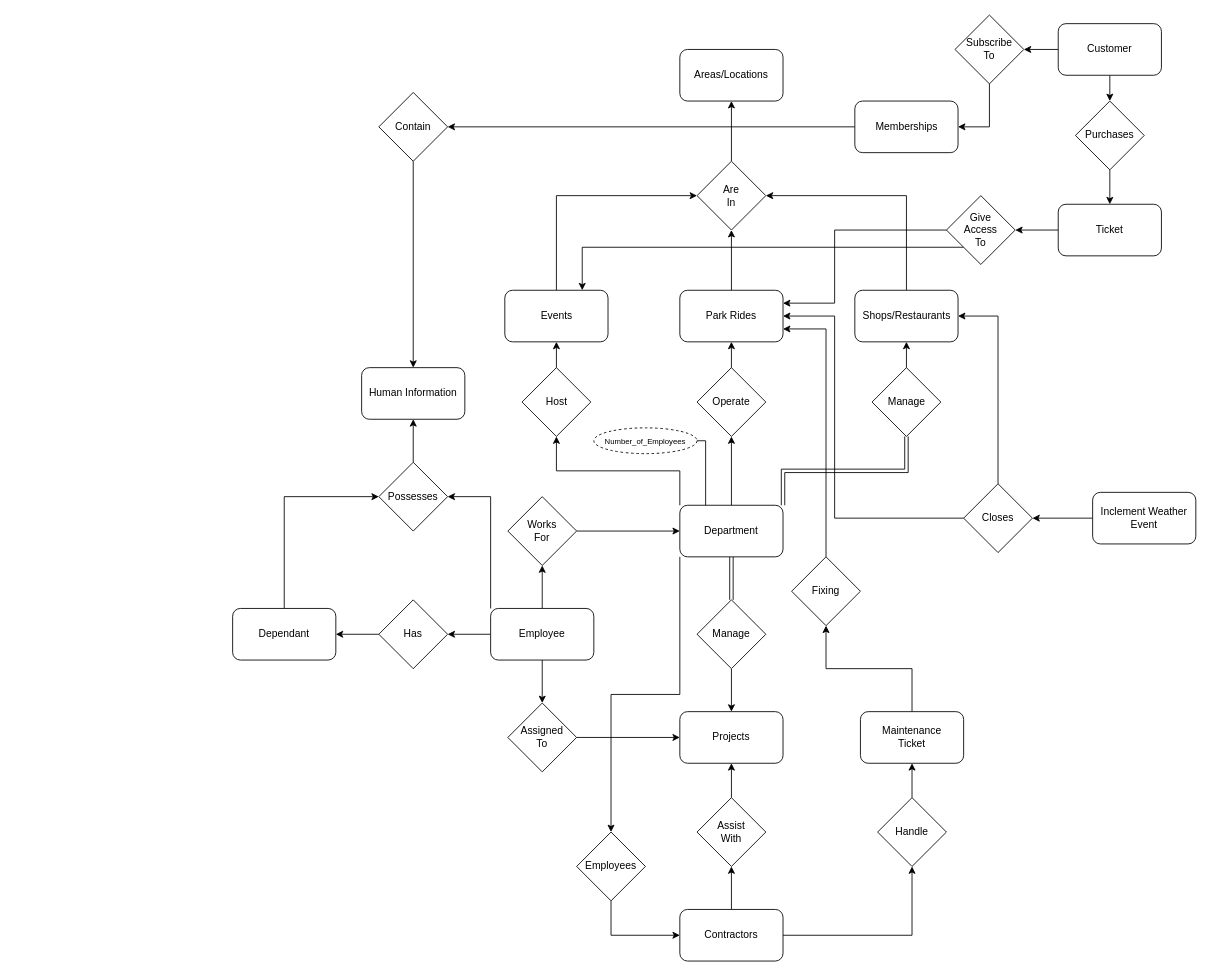
naumiaparanji/themeparkmanagement keeps this draw.io diagram as mini_world_ER_1.drawio. Above is the earlier version. Source tidied: cells renumbered, new cells numbered last; positions are measured from the earlier drawing's top-left corner, leaving out a move shared by most shapes. Both pictures are drawn from the tidied source at 86%, with x=0, y=0 at pixel (232, 15).
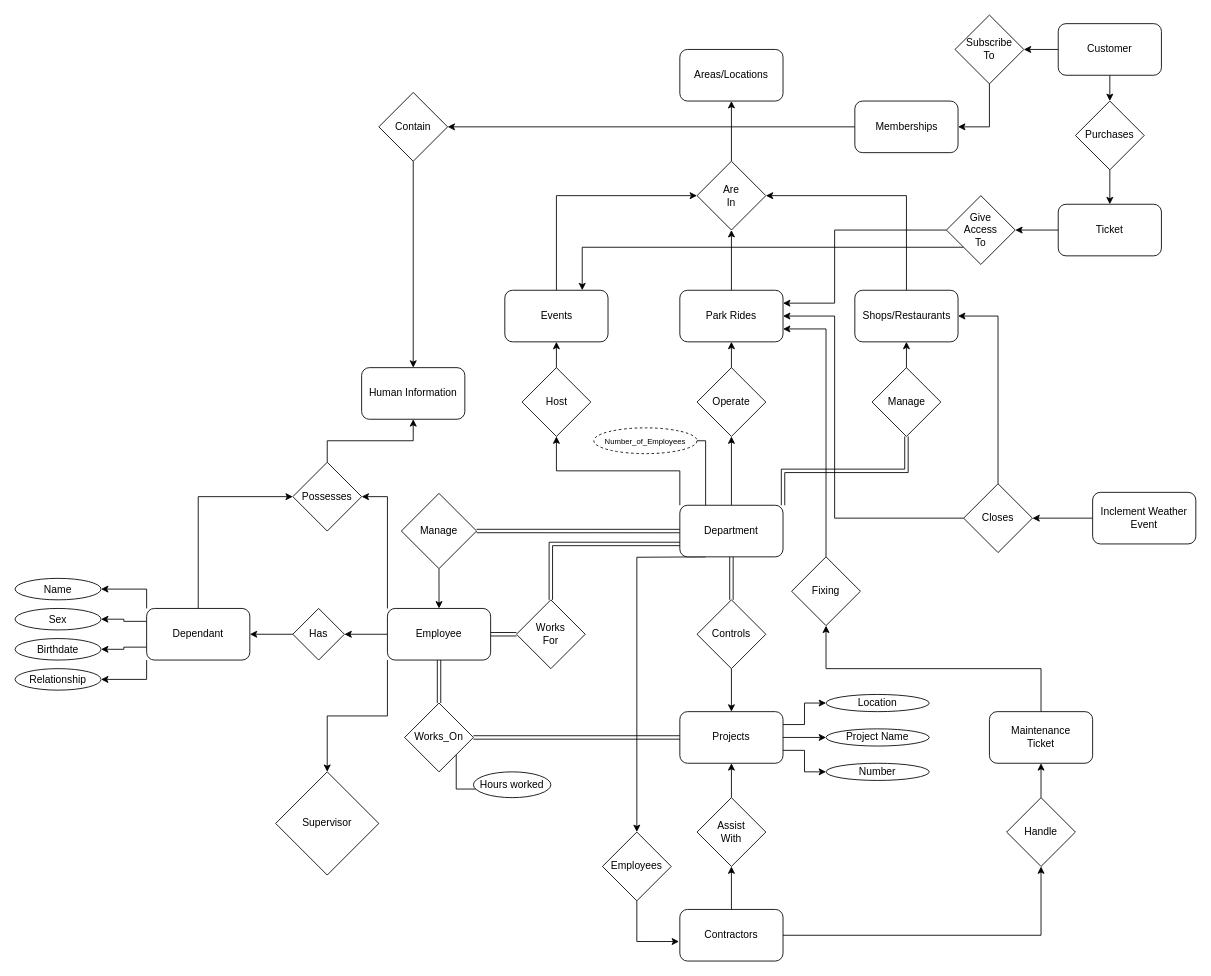
The same page after the edit.

The change refers to these unchanged cells:
```xml
<mxCell id="19" value="Department" style="rounded=1;whiteSpace=wrap;html=1;" parent="1" vertex="1">
  <mxGeometry x="520" y="570" width="120" height="60" as="geometry" />
</mxCell>
<mxCell id="27" value="Contractors" style="rounded=1;whiteSpace=wrap;html=1;" parent="1" vertex="1">
  <mxGeometry x="520" y="1040" width="120" height="60" as="geometry" />
</mxCell>
<mxCell id="28" value="Projects" style="rounded=1;whiteSpace=wrap;html=1;" parent="1" vertex="1">
  <mxGeometry x="520" y="810" width="120" height="60" as="geometry" />
</mxCell>
```

What changed in the source:
```diff
@@
-    <mxCell id="9" style="edgeStyle=orthogonalEdgeStyle;rounded=0;jettySize=auto;html=1;exitX=0.5;exitY=1;exitDx=0;exitDy=0;entryX=0.5;entryY=0;entryDx=0;entryDy=0;" parent="1" edge="1" source="13" target="37">
+    <mxCell id="9" style="edgeStyle=orthogonalEdgeStyle;rounded=0;jettySize=auto;html=1;exitX=0.5;exitY=1;exitDx=0;exitDy=0;entryX=0.5;entryY=0;entryDx=0;entryDy=0;shape=link;" parent="1" edge="1" source="13" target="37">
       <mxGeometry relative="1" as="geometry" />
     </mxCell>
-    <mxCell id="10" style="edgeStyle=orthogonalEdgeStyle;rounded=0;jettySize=auto;html=1;exitX=0.5;exitY=0;exitDx=0;exitDy=0;entryX=0.5;entryY=1;entryDx=0;entryDy=0;" parent="1" edge="1" source="13" target="39">
-      <mxGeometry relative="1" as="geometry" />
-    </mxCell>
@@
+    <mxCell id="78" style="edgeStyle=orthogonalEdgeStyle;rounded=0;jettySize=auto;html=1;exitX=0;exitY=1;exitDx=0;exitDy=0;entryX=0.5;entryY=0;entryDx=0;entryDy=0;" parent="1" edge="1" source="13" target="91">
+      <mxGeometry relative="1" as="geometry" />
+    </mxCell>
+    <mxCell id="10" style="edgeStyle=orthogonalEdgeStyle;rounded=0;jettySize=auto;html=1;exitX=1;exitY=0.5;exitDx=0;exitDy=0;entryX=0;entryY=0.5;entryDx=0;entryDy=0;shape=link;" parent="1" edge="1" source="13" target="39">
+      <mxGeometry relative="1" as="geometry" />
+    </mxCell>
     <mxCell id="13" value="Employee" style="rounded=1;whiteSpace=wrap;html=1;" parent="1" vertex="1">
-      <mxGeometry x="300" y="690" width="120" height="60" as="geometry" />
+      <mxGeometry x="180" y="690" width="120" height="60" as="geometry" />
     </mxCell>
@@
-    <mxCell id="18" style="edgeStyle=orthogonalEdgeStyle;rounded=0;jettySize=auto;html=1;exitX=0;exitY=1;exitDx=0;exitDy=0;entryX=0.5;entryY=0;entryDx=0;entryDy=0;" parent="1" edge="1" source="19" target="72">
-      <mxGeometry relative="1" as="geometry" />
+    <mxCell id="18" style="edgeStyle=orthogonalEdgeStyle;rounded=0;jettySize=auto;html=1;exitX=0;exitY=1;exitDx=0;exitDy=0;entryX=0.5;entryY=0;entryDx=0;entryDy=0;" parent="1" edge="1" target="72">
+      <mxGeometry relative="1" as="geometry">
+        <mxPoint x="550" y="630" as="sourcePoint" />
+      </mxGeometry>
     </mxCell>
+    <mxCell id="79" style="edgeStyle=orthogonalEdgeStyle;rounded=0;jettySize=auto;html=1;exitX=0;exitY=0.5;exitDx=0;exitDy=0;entryX=1;entryY=0.5;entryDx=0;entryDy=0;shape=link;" parent="1" edge="1" source="19" target="97">
+      <mxGeometry relative="1" as="geometry" />
+    </mxCell>
@@
+    <mxCell id="80" style="edgeStyle=orthogonalEdgeStyle;rounded=0;jettySize=auto;html=1;exitX=0;exitY=0;exitDx=0;exitDy=0;entryX=1;entryY=0.5;entryDx=0;entryDy=0;" parent="1" edge="1" source="22" target="92">
+      <mxGeometry relative="1" as="geometry" />
+    </mxCell>
+    <mxCell id="81" style="edgeStyle=orthogonalEdgeStyle;rounded=0;jettySize=auto;html=1;exitX=0;exitY=0.25;exitDx=0;exitDy=0;entryX=1;entryY=0.5;entryDx=0;entryDy=0;" parent="1" edge="1" source="22" target="93">
+      <mxGeometry relative="1" as="geometry" />
+    </mxCell>
+    <mxCell id="82" style="edgeStyle=orthogonalEdgeStyle;rounded=0;jettySize=auto;html=1;exitX=0;exitY=0.75;exitDx=0;exitDy=0;entryX=1;entryY=0.5;entryDx=0;entryDy=0;" parent="1" edge="1" source="22" target="94">
+      <mxGeometry relative="1" as="geometry" />
+    </mxCell>
+    <mxCell id="83" style="edgeStyle=orthogonalEdgeStyle;rounded=0;jettySize=auto;html=1;exitX=0;exitY=1;exitDx=0;exitDy=0;entryX=1;entryY=0.5;entryDx=0;entryDy=0;" parent="1" edge="1" source="22" target="95">
+      <mxGeometry relative="1" as="geometry" />
+    </mxCell>
     <mxCell id="22" value="Dependant" style="rounded=1;whiteSpace=wrap;html=1;" parent="1" vertex="1">
-      <mxGeometry y="690" width="120" height="60" as="geometry" />
+      <mxGeometry x="-100" y="690" width="120" height="60" as="geometry" />
     </mxCell>
@@
+    <mxCell id="84" style="edgeStyle=orthogonalEdgeStyle;rounded=0;jettySize=auto;html=1;exitX=1;exitY=0.25;exitDx=0;exitDy=0;entryX=0;entryY=0.5;entryDx=0;entryDy=0;" parent="1" edge="1" source="28" target="88">
+      <mxGeometry relative="1" as="geometry" />
+    </mxCell>
+    <mxCell id="85" style="edgeStyle=orthogonalEdgeStyle;rounded=0;jettySize=auto;html=1;exitX=1;exitY=0.5;exitDx=0;exitDy=0;entryX=0;entryY=0.5;entryDx=0;entryDy=0;" parent="1" edge="1" source="28" target="89">
+      <mxGeometry relative="1" as="geometry" />
+    </mxCell>
+    <mxCell id="86" style="edgeStyle=orthogonalEdgeStyle;rounded=0;jettySize=auto;html=1;exitX=1;exitY=0.75;exitDx=0;exitDy=0;entryX=0;entryY=0.5;entryDx=0;entryDy=0;" parent="1" edge="1" source="28" target="90">
+      <mxGeometry relative="1" as="geometry" />
+    </mxCell>
@@
-    <mxCell id="35" value="Manage" style="rhombus;whiteSpace=wrap;html=1;" parent="1" vertex="1">
+    <mxCell id="35" value="Controls" style="rhombus;whiteSpace=wrap;html=1;" parent="1" vertex="1">
       <mxGeometry x="540" y="680" width="80" height="80" as="geometry" />
     </mxCell>
-    <mxCell id="36" style="edgeStyle=orthogonalEdgeStyle;rounded=0;jettySize=auto;html=1;exitX=1;exitY=0.5;exitDx=0;exitDy=0;entryX=0;entryY=0.5;entryDx=0;entryDy=0;" parent="1" edge="1" source="37" target="28">
+    <mxCell id="36" style="edgeStyle=orthogonalEdgeStyle;rounded=0;jettySize=auto;html=1;exitX=1;exitY=0.5;exitDx=0;exitDy=0;entryX=0;entryY=0.5;entryDx=0;entryDy=0;shape=link;" parent="1" edge="1" source="37" target="28">
       <mxGeometry relative="1" as="geometry" />
     </mxCell>
+    <mxCell id="87" style="edgeStyle=orthogonalEdgeStyle;rounded=0;jettySize=auto;html=1;exitX=1;exitY=1;exitDx=0;exitDy=0;entryX=0;entryY=0.5;entryDx=0;entryDy=0;" parent="1" edge="1" source="37" target="98">
+      <mxGeometry relative="1" as="geometry" />
+    </mxCell>
-    <mxCell id="37" value="Assigned&lt;div&gt;To&lt;/div&gt;" style="rhombus;whiteSpace=wrap;html=1;" parent="1" vertex="1">
-      <mxGeometry x="320" y="800" width="80" height="80" as="geometry" />
+    <mxCell id="37" value="Works_On" style="rhombus;whiteSpace=wrap;html=1;" parent="1" vertex="1">
+      <mxGeometry x="200" y="800" width="80" height="80" as="geometry" />
     </mxCell>
-    <mxCell id="38" style="edgeStyle=orthogonalEdgeStyle;rounded=0;jettySize=auto;html=1;exitX=1;exitY=0.5;exitDx=0;exitDy=0;entryX=0;entryY=0.5;entryDx=0;entryDy=0;" parent="1" edge="1" source="39" target="19">
+    <mxCell id="38" style="edgeStyle=orthogonalEdgeStyle;rounded=0;jettySize=auto;html=1;exitX=0.5;exitY=0;exitDx=0;exitDy=0;entryX=0;entryY=0.75;entryDx=0;entryDy=0;shape=link;" parent="1" edge="1" source="39" target="19">
       <mxGeometry relative="1" as="geometry" />
     </mxCell>
     <mxCell id="39" value="Works&lt;div&gt;For&lt;/div&gt;" style="rhombus;whiteSpace=wrap;html=1;" parent="1" vertex="1">
-      <mxGeometry x="320" y="560" width="80" height="80" as="geometry" />
+      <mxGeometry x="330" y="680" width="80" height="80" as="geometry" />
     </mxCell>
@@
     <mxCell id="41" value="Has" style="rhombus;whiteSpace=wrap;html=1;" parent="1" vertex="1">
-      <mxGeometry x="170" y="680" width="80" height="80" as="geometry" />
+      <mxGeometry x="70" y="690" width="60" height="60" as="geometry" />
     </mxCell>
@@
     <mxCell id="43" value="Possesses" style="rhombus;whiteSpace=wrap;html=1;" parent="1" vertex="1">
-      <mxGeometry x="170" y="520" width="80" height="80" as="geometry" />
+      <mxGeometry x="70" y="520" width="80" height="80" as="geometry" />
     </mxCell>
@@
     <mxCell id="66" value="Maintenance&lt;div&gt;Ticket&lt;/div&gt;" style="rounded=1;whiteSpace=wrap;html=1;" parent="1" vertex="1">
-      <mxGeometry x="730" y="810" width="120" height="60" as="geometry" />
+      <mxGeometry x="880" y="810" width="120" height="60" as="geometry" />
     </mxCell>
@@
     <mxCell id="68" value="Handle" style="rhombus;whiteSpace=wrap;html=1;" parent="1" vertex="1">
-      <mxGeometry x="750" y="910" width="80" height="80" as="geometry" />
+      <mxGeometry x="900" y="910" width="80" height="80" as="geometry" />
     </mxCell>
@@
-    <mxCell id="71" style="edgeStyle=orthogonalEdgeStyle;rounded=0;jettySize=auto;html=1;exitX=0.5;exitY=1;exitDx=0;exitDy=0;entryX=0;entryY=0.5;entryDx=0;entryDy=0;" parent="1" edge="1" source="72" target="27">
+    <mxCell id="71" style="edgeStyle=orthogonalEdgeStyle;rounded=0;jettySize=auto;html=1;exitX=0.5;exitY=1;exitDx=0;exitDy=0;entryX=-0.008;entryY=0.622;entryDx=0;entryDy=0;entryPerimeter=0;" parent="1" edge="1" source="72" target="27">
       <mxGeometry relative="1" as="geometry" />
     </mxCell>
     <mxCell id="72" value="Employees" style="rhombus;whiteSpace=wrap;html=1;" parent="1" vertex="1">
-      <mxGeometry x="400" y="950" width="80" height="80" as="geometry" />
+      <mxGeometry x="430" y="950" width="80" height="80" as="geometry" />
     </mxCell>
@@
+    <mxCell id="88" value="Location" style="ellipse;whiteSpace=wrap;html=1;" parent="1" vertex="1">
+      <mxGeometry x="690" y="790" width="120" height="20" as="geometry" />
+    </mxCell>
+    <mxCell id="89" value="Project Name" style="ellipse;whiteSpace=wrap;html=1;" parent="1" vertex="1">
+      <mxGeometry x="690" y="830" width="120" height="20" as="geometry" />
+    </mxCell>
+    <mxCell id="90" value="Number" style="ellipse;whiteSpace=wrap;html=1;" parent="1" vertex="1">
+      <mxGeometry x="690" y="870" width="120" height="20" as="geometry" />
+    </mxCell>
+    <mxCell id="91" value="Supervisor" style="rhombus;whiteSpace=wrap;html=1;" parent="1" vertex="1">
+      <mxGeometry x="50" y="880" width="120" height="120" as="geometry" />
+    </mxCell>
+    <mxCell id="92" value="Name" style="ellipse;whiteSpace=wrap;html=1;" parent="1" vertex="1">
+      <mxGeometry x="-253" y="655" width="100" height="25" as="geometry" />
+    </mxCell>
+    <mxCell id="93" value="Sex" style="ellipse;whiteSpace=wrap;html=1;" parent="1" vertex="1">
+      <mxGeometry x="-253" y="690" width="100" height="25" as="geometry" />
+    </mxCell>
+    <mxCell id="94" value="Birthdate" style="ellipse;whiteSpace=wrap;html=1;" parent="1" vertex="1">
+      <mxGeometry x="-253" y="725" width="100" height="25" as="geometry" />
+    </mxCell>
+    <mxCell id="95" value="Relationship" style="ellipse;whiteSpace=wrap;html=1;" parent="1" vertex="1">
+      <mxGeometry x="-253" y="760" width="100" height="25" as="geometry" />
+    </mxCell>
+    <mxCell id="96" style="edgeStyle=orthogonalEdgeStyle;rounded=0;jettySize=auto;html=1;exitX=0.5;exitY=1;exitDx=0;exitDy=0;entryX=0.5;entryY=0;entryDx=0;entryDy=0;" parent="1" edge="1" source="97" target="13">
+      <mxGeometry relative="1" as="geometry" />
+    </mxCell>
+    <mxCell id="97" value="Manage" style="rhombus;whiteSpace=wrap;html=1;" parent="1" vertex="1">
+      <mxGeometry x="196.2" y="556.2" width="87.5" height="87.5" as="geometry" />
+    </mxCell>
+    <mxCell id="98" value="Hours worked" style="ellipse;whiteSpace=wrap;html=1;" parent="1" vertex="1">
+      <mxGeometry x="280" y="880" width="90" height="30" as="geometry" />
+    </mxCell>
```
